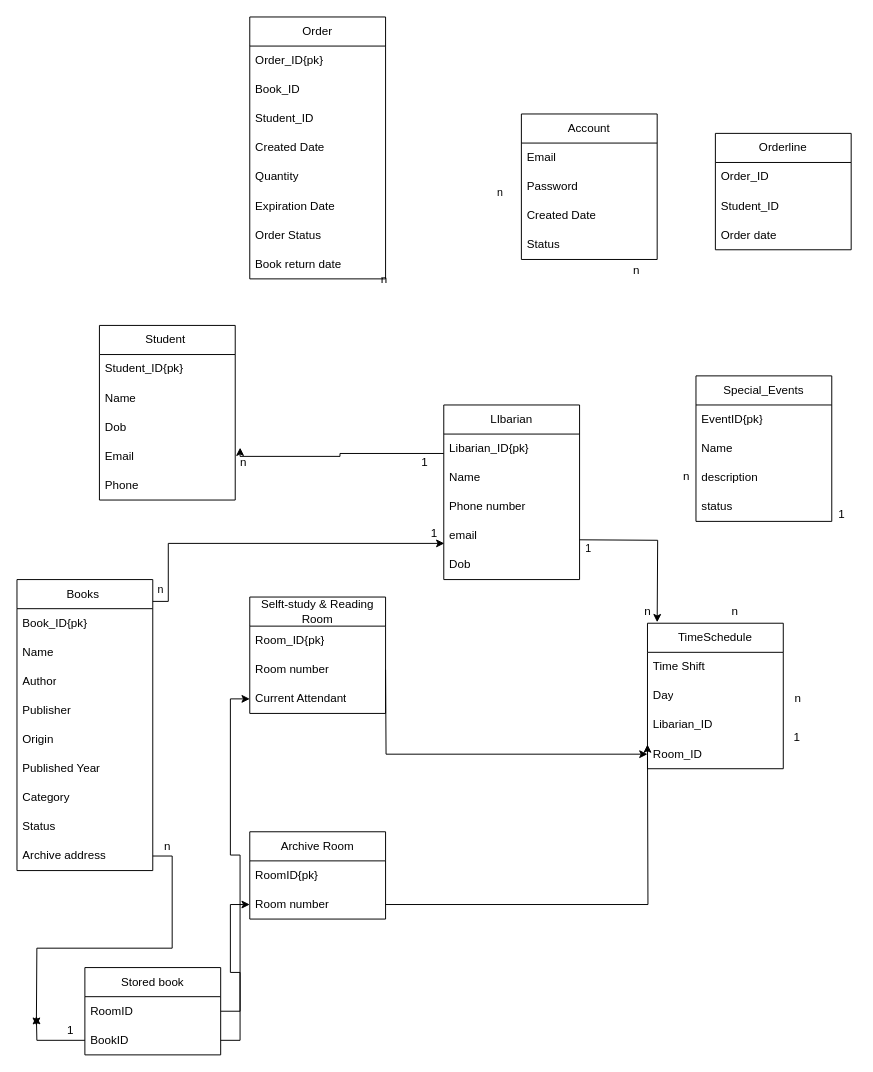
Above: table_relations.drawio in Dovanvu09/LibraryManagement (draw.io), before the change. Source tidied: cells renumbered, new cells numbered last; positions are measured from the earlier drawing's top-left corner, leaving out a move shared by most shapes. Both pictures are drawn from the tidied source at 97%, with x=0, y=0 at pixel (16, 16).
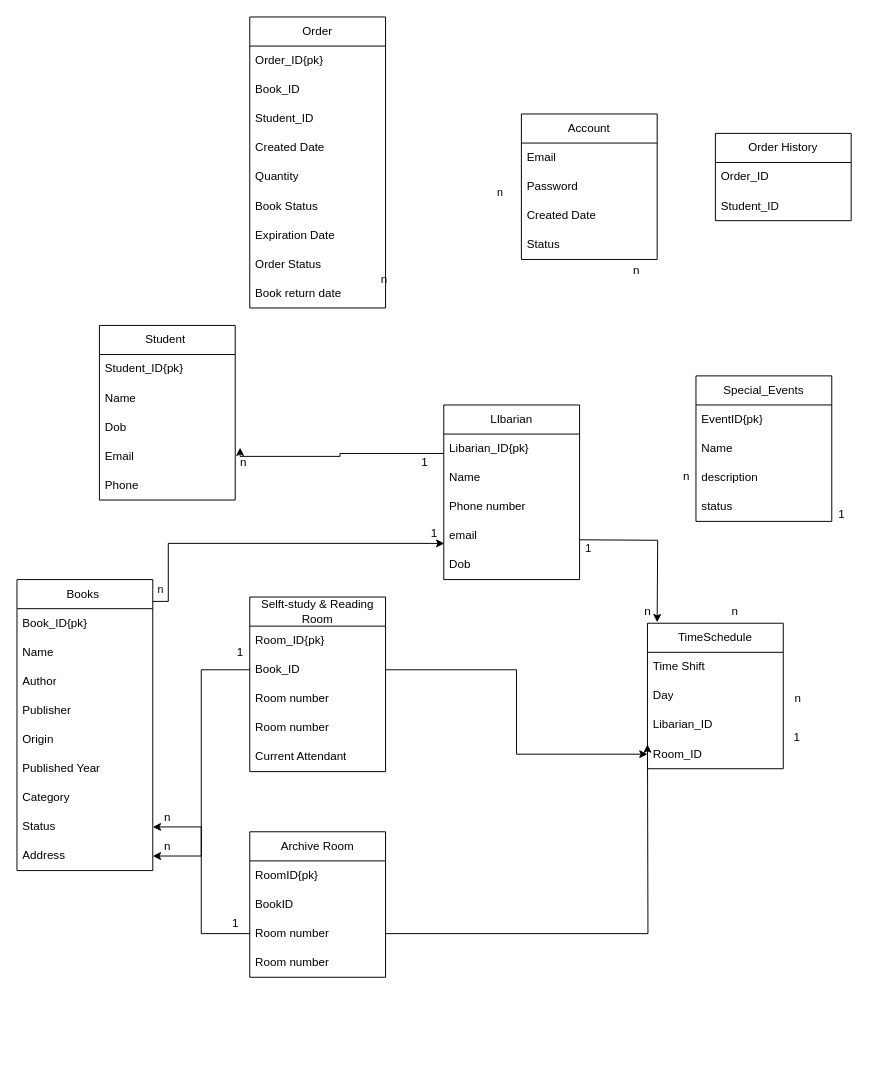
The same diagram, later.

The change refers to these unchanged cells:
```xml
<mxCell id="10" value="Books&amp;nbsp;" style="swimlane;fontStyle=0;horizontal=1;startSize=30;whiteSpace=wrap;html=1;" parent="1" vertex="1">
  <mxGeometry y="580" width="140" height="300" as="geometry" />
</mxCell>
<mxCell id="18" value="Status" style="text;strokeColor=none;fillColor=none;align=left;verticalAlign=middle;spacingLeft=4;spacingRight=4;overflow=hidden;points=[[0,0.5],[1,0.5]];portConstraint=eastwest;whiteSpace=wrap;html=1;" parent="10" vertex="1">
  <mxGeometry y="240" width="140" height="30" as="geometry" />
</mxCell>
<mxCell id="29" value="Room_ID" style="text;strokeColor=none;fillColor=none;align=left;verticalAlign=middle;spacingLeft=4;spacingRight=4;overflow=hidden;points=[[0,0.5],[1,0.5]];portConstraint=eastwest;whiteSpace=wrap;html=1;" parent="25" vertex="1">
  <mxGeometry y="120" width="140" height="30" as="geometry" />
</mxCell>
```

Change to the diagram source:
```diff
@@
-    <mxCell id="19" style="edgeStyle=orthogonalEdgeStyle;rounded=0;jettySize=auto;html=1;exitX=1;exitY=0.5;exitDx=0;exitDy=0;" parent="10" edge="1" source="20">
-      <mxGeometry relative="1" as="geometry">
-        <mxPoint x="20" y="460" as="targetPoint" />
-      </mxGeometry>
-    </mxCell>
-    <mxCell id="20" value="Archive address" style="text;strokeColor=none;fillColor=none;align=left;verticalAlign=middle;spacingLeft=4;spacingRight=4;overflow=hidden;points=[[0,0.5],[1,0.5]];portConstraint=eastwest;whiteSpace=wrap;html=1;" parent="10" vertex="1">
+    <mxCell id="20" value="Address" style="text;strokeColor=none;fillColor=none;align=left;verticalAlign=middle;spacingLeft=4;spacingRight=4;overflow=hidden;points=[[0,0.5],[1,0.5]];portConstraint=eastwest;whiteSpace=wrap;html=1;" parent="10" vertex="1">
       <mxGeometry y="270" width="140" height="30" as="geometry" />
     </mxCell>
     <mxCell id="21" value="Selft-study &amp;amp; Reading Room" style="swimlane;fontStyle=0;horizontal=1;startSize=30;whiteSpace=wrap;html=1;" parent="1" vertex="1">
-      <mxGeometry x="240" y="598" width="140" height="120" as="geometry" />
+      <mxGeometry x="240" y="598" width="140" height="180" as="geometry" />
     </mxCell>
@@
+    <mxCell id="87" value="Book_ID" style="text;strokeColor=none;fillColor=none;align=left;verticalAlign=middle;spacingLeft=4;spacingRight=4;overflow=hidden;points=[[0,0.5],[1,0.5]];portConstraint=eastwest;whiteSpace=wrap;html=1;" parent="21" vertex="1">
+      <mxGeometry y="60" width="140" height="30" as="geometry" />
+    </mxCell>
     <mxCell id="23" value="Room number" style="text;strokeColor=none;fillColor=none;align=left;verticalAlign=middle;spacingLeft=4;spacingRight=4;overflow=hidden;whiteSpace=wrap;html=1;" parent="21" vertex="1">
-      <mxGeometry y="60" width="140" height="30" as="geometry" />
+      <mxGeometry y="90" width="140" height="30" as="geometry" />
     </mxCell>
+    <mxCell id="88" value="Room number" style="text;strokeColor=none;fillColor=none;align=left;verticalAlign=middle;spacingLeft=4;spacingRight=4;overflow=hidden;whiteSpace=wrap;html=1;" parent="21" vertex="1">
+      <mxGeometry y="120" width="140" height="30" as="geometry" />
+    </mxCell>
     <mxCell id="24" value="Current Attendant" style="text;strokeColor=none;fillColor=none;align=left;verticalAlign=middle;spacingLeft=4;spacingRight=4;overflow=hidden;points=[[0,0.5],[1,0.5]];portConstraint=eastwest;whiteSpace=wrap;html=1;" parent="21" vertex="1">
-      <mxGeometry y="90" width="140" height="30" as="geometry" />
+      <mxGeometry y="150" width="140" height="30" as="geometry" />
     </mxCell>
@@
+    <mxCell id="89" style="edgeStyle=orthogonalEdgeStyle;rounded=0;jettySize=auto;html=1;exitX=0;exitY=0.5;exitDx=0;exitDy=0;entryX=1;entryY=0.5;entryDx=0;entryDy=0;" parent="1" edge="1" source="87" target="20">
+      <mxGeometry relative="1" as="geometry" />
+    </mxCell>
+    <mxCell id="90" value="1" style="text;html=1;align=center;verticalAlign=middle;strokeColor=none;fillColor=none;" parent="1" vertex="1">
+      <mxGeometry x="215" y="640" width="30" height="30" as="geometry" />
+    </mxCell>
@@
     <mxCell id="54" value="Archive Room" style="swimlane;fontStyle=0;horizontal=1;startSize=30;whiteSpace=wrap;html=1;" parent="1" vertex="1">
-      <mxGeometry x="240" y="840" width="140" height="90" as="geometry" />
+      <mxGeometry x="240" y="840" width="140" height="150" as="geometry" />
     </mxCell>
@@
+    <mxCell id="84" value="BookID" style="text;strokeColor=none;fillColor=none;align=left;verticalAlign=middle;spacingLeft=4;spacingRight=4;overflow=hidden;points=[[0,0.5],[1,0.5]];portConstraint=eastwest;whiteSpace=wrap;html=1;" parent="54" vertex="1">
+      <mxGeometry y="60" width="140" height="30" as="geometry" />
+    </mxCell>
@@
     <mxCell id="57" value="Room number" style="text;strokeColor=none;fillColor=none;align=left;verticalAlign=middle;spacingLeft=4;spacingRight=4;overflow=hidden;points=[[0,0.5],[1,0.5]];portConstraint=eastwest;whiteSpace=wrap;html=1;" parent="54" vertex="1">
-      <mxGeometry y="60" width="140" height="30" as="geometry" />
+      <mxGeometry y="90" width="140" height="30" as="geometry" />
     </mxCell>
+    <mxCell id="91" value="Room number" style="text;strokeColor=none;fillColor=none;align=left;verticalAlign=middle;spacingLeft=4;spacingRight=4;overflow=hidden;whiteSpace=wrap;html=1;" parent="54" vertex="1">
+      <mxGeometry y="120" width="140" height="30" as="geometry" />
+    </mxCell>
+    <mxCell id="92" value="n" style="text;html=1;align=center;verticalAlign=middle;strokeColor=none;fillColor=none;" parent="1" vertex="1">
+      <mxGeometry x="140" y="810" width="30" height="30" as="geometry" />
+    </mxCell>
+    <mxCell id="93" style="edgeStyle=orthogonalEdgeStyle;rounded=0;jettySize=auto;html=1;exitX=0;exitY=0.5;exitDx=0;exitDy=0;entryX=1;entryY=0.5;entryDx=0;entryDy=0;" parent="1" edge="1" source="57" target="18">
+      <mxGeometry relative="1" as="geometry" />
+    </mxCell>
     <mxCell id="58" value="1" style="text;html=1;align=center;verticalAlign=middle;strokeColor=none;fillColor=none;" parent="1" vertex="1">
-      <mxGeometry x="40" y="1030" width="30" height="30" as="geometry" />
+      <mxGeometry x="210" y="920" width="30" height="30" as="geometry" />
     </mxCell>
-    <mxCell id="59" style="edgeStyle=orthogonalEdgeStyle;rounded=0;jettySize=auto;html=1;exitX=1;exitY=0.5;exitDx=0;exitDy=0;entryX=0;entryY=0.5;entryDx=0;entryDy=0;" parent="1" edge="1" target="29">
-      <mxGeometry relative="1" as="geometry">
-        <mxPoint x="380" y="673" as="sourcePoint" />
-      </mxGeometry>
+    <mxCell id="59" style="edgeStyle=orthogonalEdgeStyle;rounded=0;jettySize=auto;html=1;exitX=1;exitY=0.5;exitDx=0;exitDy=0;entryX=0;entryY=0.5;entryDx=0;entryDy=0;" parent="1" edge="1" source="87" target="29">
+      <mxGeometry relative="1" as="geometry" />
     </mxCell>
@@
-    <mxCell id="67" value="Orderline" style="swimlane;fontStyle=0;horizontal=1;startSize=30;whiteSpace=wrap;html=1;" parent="1" vertex="1">
-      <mxGeometry x="720" y="120" width="140" height="120" as="geometry" />
+    <mxCell id="67" value="Order History" style="swimlane;fontStyle=0;horizontal=1;startSize=30;whiteSpace=wrap;html=1;" parent="1" vertex="1">
+      <mxGeometry x="720" y="120" width="140" height="90" as="geometry" />
     </mxCell>
@@
-    <mxCell id="70" value="Order date" style="text;strokeColor=none;fillColor=none;align=left;verticalAlign=middle;spacingLeft=4;spacingRight=4;overflow=hidden;whiteSpace=wrap;html=1;" parent="67" vertex="1">
-      <mxGeometry y="90" width="140" height="30" as="geometry" />
-    </mxCell>
@@
     <mxCell id="72" value="Order" style="swimlane;fontStyle=0;horizontal=1;startSize=30;whiteSpace=wrap;html=1;" parent="1" vertex="1">
-      <mxGeometry x="240" width="140" height="270" as="geometry" />
+      <mxGeometry x="240" width="140" height="300" as="geometry" />
     </mxCell>
@@
+    <mxCell id="94" value="Book Status" style="text;strokeColor=none;fillColor=none;align=left;verticalAlign=middle;spacingLeft=4;spacingRight=4;overflow=hidden;whiteSpace=wrap;html=1;" parent="72" vertex="1">
+      <mxGeometry y="180" width="140" height="30" as="geometry" />
+    </mxCell>
     <mxCell id="78" value="Expiration Date" style="text;strokeColor=none;fillColor=none;align=left;verticalAlign=middle;spacingLeft=4;spacingRight=4;overflow=hidden;whiteSpace=wrap;html=1;" parent="72" vertex="1">
-      <mxGeometry y="180" width="140" height="30" as="geometry" />
+      <mxGeometry y="210" width="140" height="30" as="geometry" />
     </mxCell>
     <mxCell id="79" value="Order Status" style="text;strokeColor=none;fillColor=none;align=left;verticalAlign=middle;spacingLeft=4;spacingRight=4;overflow=hidden;whiteSpace=wrap;html=1;" parent="72" vertex="1">
-      <mxGeometry y="210" width="140" height="30" as="geometry" />
+      <mxGeometry y="240" width="140" height="30" as="geometry" />
     </mxCell>
     <mxCell id="80" value="Book return date" style="text;strokeColor=none;fillColor=none;align=left;verticalAlign=middle;spacingLeft=4;spacingRight=4;overflow=hidden;whiteSpace=wrap;html=1;" parent="72" vertex="1">
-      <mxGeometry y="240" width="140" height="30" as="geometry" />
+      <mxGeometry y="270" width="140" height="30" as="geometry" />
     </mxCell>
-    <mxCell id="81" value="Stored book" style="swimlane;fontStyle=0;horizontal=1;startSize=30;whiteSpace=wrap;html=1;" parent="1" vertex="1">
-      <mxGeometry x="70" y="980" width="140" height="90" as="geometry" />
-    </mxCell>
-    <mxCell id="82" value="RoomID" style="text;strokeColor=none;fillColor=none;align=left;verticalAlign=middle;spacingLeft=4;spacingRight=4;overflow=hidden;points=[[0,0.5],[1,0.5]];portConstraint=eastwest;whiteSpace=wrap;html=1;" parent="81" vertex="1">
-      <mxGeometry y="30" width="140" height="30" as="geometry" />
-    </mxCell>
-    <mxCell id="83" style="edgeStyle=orthogonalEdgeStyle;rounded=0;jettySize=auto;html=1;exitX=0;exitY=0.5;exitDx=0;exitDy=0;" parent="81" edge="1" source="84">
-      <mxGeometry relative="1" as="geometry">
-        <mxPoint x="-50" y="50" as="targetPoint" />
-      </mxGeometry>
-    </mxCell>
-    <mxCell id="84" value="BookID" style="text;strokeColor=none;fillColor=none;align=left;verticalAlign=middle;spacingLeft=4;spacingRight=4;overflow=hidden;points=[[0,0.5],[1,0.5]];portConstraint=eastwest;whiteSpace=wrap;html=1;" parent="81" vertex="1">
-      <mxGeometry y="60" width="140" height="30" as="geometry" />
-    </mxCell>
-    <mxCell id="85" style="edgeStyle=orthogonalEdgeStyle;rounded=0;jettySize=auto;html=1;exitX=1;exitY=0.5;exitDx=0;exitDy=0;" parent="1" edge="1" source="84" target="57">
-      <mxGeometry relative="1" as="geometry" />
-    </mxCell>
-    <mxCell id="86" style="edgeStyle=orthogonalEdgeStyle;rounded=0;jettySize=auto;html=1;exitX=1;exitY=0.5;exitDx=0;exitDy=0;entryX=0;entryY=0.5;entryDx=0;entryDy=0;" parent="1" edge="1" source="82" target="24">
-      <mxGeometry relative="1" as="geometry" />
-    </mxCell>
```
